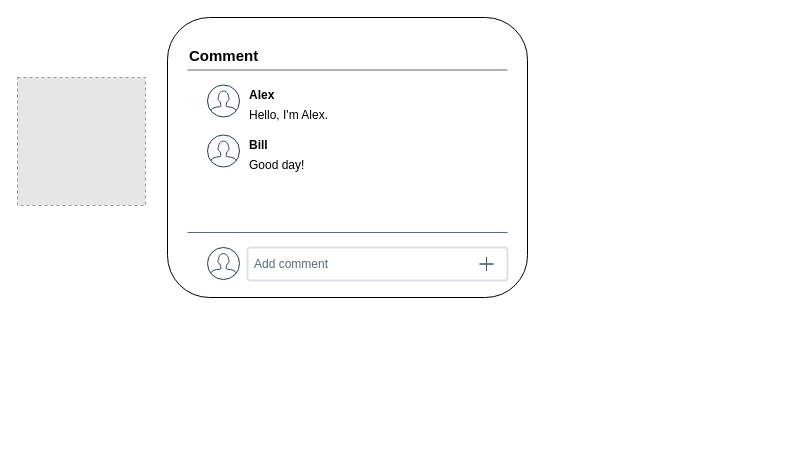
Earlier version of the draw.io diagram Tricks/innerHTMl & XSS.drawio (jeesewu/Diagrams-Storage). Source tidied: cells renumbered, new cells numbered last; positions are measured from the earlier drawing's top-left corner, leaving out a move shared by most shapes. Both pictures are drawn from the tidied source at 100%, with x=0, y=0 at pixel (17, 17). Pictures stored in the file or linked from it are replaced by grey dashed boxes.
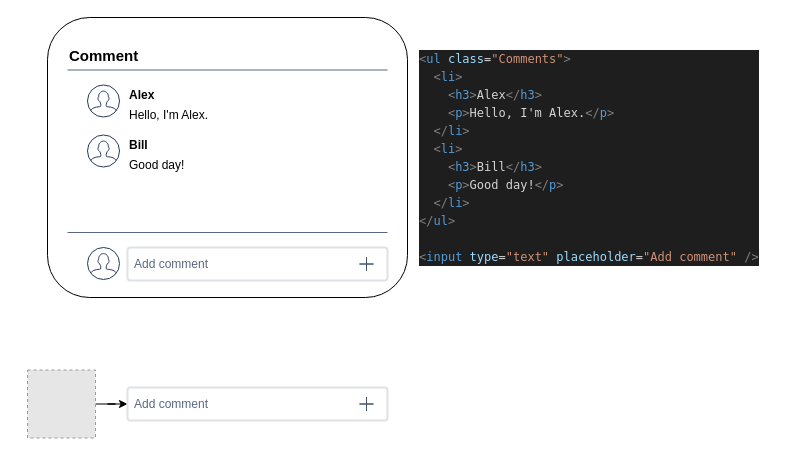
The same page after the edit.

Change to the diagram source:
```diff
@@
+    <mxCell id="17" style="edgeStyle=orthogonalEdgeStyle;rounded=0;jettySize=auto;html=1;entryX=0;entryY=0.5;entryDx=0;entryDy=0;fontSize=14;" parent="1" edge="1" source="2" target="19">
+      <mxGeometry relative="1" as="geometry" />
+    </mxCell>
     <mxCell id="2" style="fillColor=#E6E6E6;strokeColor=#999999;dashed=1;html=1;verticalAlign=top;verticalLabelPosition=bottom;labelBackgroundColor=#ffffff;" parent="1" vertex="1">
-      <mxGeometry y="60" width="128" height="128" as="geometry" />
+      <mxGeometry x="10" y="352.5" width="68" height="68" as="geometry" />
     </mxCell>
     <mxCell id="3" style="group;" parent="1" vertex="1">
-      <mxGeometry x="150" width="360" height="280" as="geometry" />
+      <mxGeometry x="30" width="360" height="280" as="geometry" />
     </mxCell>
@@
+    <mxCell id="18" value="&lt;div style=&quot;color: rgb(212 , 212 , 212) ; background-color: rgb(30 , 30 , 30) ; font-family: &amp;#34;menlo&amp;#34; , &amp;#34;monaco&amp;#34; , &amp;#34;courier new&amp;#34; , monospace ; font-size: 12px ; line-height: 18px&quot;&gt;&lt;div&gt;&lt;span style=&quot;color: #808080&quot;&gt;&amp;lt;&lt;/span&gt;&lt;span style=&quot;color: #569cd6&quot;&gt;ul&lt;/span&gt; &lt;span style=&quot;color: #9cdcfe&quot;&gt;class&lt;/span&gt;=&lt;span style=&quot;color: #ce9178&quot;&gt;&quot;Comments&quot;&lt;/span&gt;&lt;span style=&quot;color: #808080&quot;&gt;&amp;gt;&lt;/span&gt;&lt;/div&gt;&lt;div&gt;  &lt;span style=&quot;color: #808080&quot;&gt;&amp;nbsp; &amp;lt;&lt;/span&gt;&lt;span style=&quot;color: #569cd6&quot;&gt;li&lt;/span&gt;&lt;span style=&quot;color: #808080&quot;&gt;&amp;gt;&lt;/span&gt;&lt;/div&gt;&lt;div&gt;    &lt;span style=&quot;color: #808080&quot;&gt;&amp;nbsp; &amp;nbsp; &amp;lt;&lt;/span&gt;&lt;span style=&quot;color: #569cd6&quot;&gt;h3&lt;/span&gt;&lt;span style=&quot;color: #808080&quot;&gt;&amp;gt;&lt;/span&gt;Alex&lt;span style=&quot;color: #808080&quot;&gt;&amp;lt;/&lt;/span&gt;&lt;span style=&quot;color: #569cd6&quot;&gt;h3&lt;/span&gt;&lt;span style=&quot;color: #808080&quot;&gt;&amp;gt;&lt;/span&gt;&lt;/div&gt;&lt;div&gt;    &lt;span style=&quot;color: #808080&quot;&gt;&amp;nbsp; &amp;nbsp; &amp;lt;&lt;/span&gt;&lt;span style=&quot;color: #569cd6&quot;&gt;p&lt;/span&gt;&lt;span style=&quot;color: #808080&quot;&gt;&amp;gt;&lt;/span&gt;Hello, I'm Alex.&lt;span style=&quot;color: #808080&quot;&gt;&amp;lt;/&lt;/span&gt;&lt;span style=&quot;color: #569cd6&quot;&gt;p&lt;/span&gt;&lt;span style=&quot;color: #808080&quot;&gt;&amp;gt;&lt;/span&gt;&lt;/div&gt;&lt;div&gt;  &lt;span style=&quot;color: #808080&quot;&gt;&amp;nbsp; &amp;lt;/&lt;/span&gt;&lt;span style=&quot;color: #569cd6&quot;&gt;li&lt;/span&gt;&lt;span style=&quot;color: #808080&quot;&gt;&amp;gt;&lt;/span&gt;&lt;/div&gt;&lt;div&gt;  &lt;span style=&quot;color: #808080&quot;&gt;&amp;nbsp; &amp;lt;&lt;/span&gt;&lt;span style=&quot;color: #569cd6&quot;&gt;li&lt;/span&gt;&lt;span style=&quot;color: #808080&quot;&gt;&amp;gt;&lt;/span&gt;&lt;/div&gt;&lt;div&gt;    &lt;span style=&quot;color: #808080&quot;&gt;&amp;nbsp; &amp;nbsp; &amp;lt;&lt;/span&gt;&lt;span style=&quot;color: #569cd6&quot;&gt;h3&lt;/span&gt;&lt;span style=&quot;color: #808080&quot;&gt;&amp;gt;&lt;/span&gt;Bill&lt;span style=&quot;color: #808080&quot;&gt;&amp;lt;/&lt;/span&gt;&lt;span style=&quot;color: #569cd6&quot;&gt;h3&lt;/span&gt;&lt;span style=&quot;color: #808080&quot;&gt;&amp;gt;&lt;/span&gt;&lt;/div&gt;&lt;div&gt;    &lt;span style=&quot;color: #808080&quot;&gt;&amp;nbsp; &amp;nbsp; &amp;lt;&lt;/span&gt;&lt;span style=&quot;color: #569cd6&quot;&gt;p&lt;/span&gt;&lt;span style=&quot;color: #808080&quot;&gt;&amp;gt;&lt;/span&gt;Good day!&lt;span style=&quot;color: #808080&quot;&gt;&amp;lt;/&lt;/span&gt;&lt;span style=&quot;color: #569cd6&quot;&gt;p&lt;/span&gt;&lt;span style=&quot;color: #808080&quot;&gt;&amp;gt;&lt;/span&gt;&lt;/div&gt;&lt;div&gt;  &lt;span style=&quot;color: #808080&quot;&gt;&amp;nbsp; &amp;lt;/&lt;/span&gt;&lt;span style=&quot;color: #569cd6&quot;&gt;li&lt;/span&gt;&lt;span style=&quot;color: #808080&quot;&gt;&amp;gt;&lt;/span&gt;&lt;/div&gt;&lt;div&gt;&lt;span style=&quot;color: #808080&quot;&gt;&amp;lt;/&lt;/span&gt;&lt;span style=&quot;color: #569cd6&quot;&gt;ul&lt;/span&gt;&lt;span style=&quot;color: #808080&quot;&gt;&amp;gt;&lt;/span&gt;&lt;/div&gt;&lt;br&gt;&lt;div&gt;&lt;span style=&quot;color: #808080&quot;&gt;&amp;lt;&lt;/span&gt;&lt;span style=&quot;color: #569cd6&quot;&gt;input&lt;/span&gt; &lt;span style=&quot;color: #9cdcfe&quot;&gt;type&lt;/span&gt;=&lt;span style=&quot;color: #ce9178&quot;&gt;&quot;text&quot;&lt;/span&gt; &lt;span style=&quot;color: #9cdcfe&quot;&gt;placeholder&lt;/span&gt;=&lt;span style=&quot;color: #ce9178&quot;&gt;&quot;Add comment&quot;&lt;/span&gt; &lt;span style=&quot;color: #808080&quot;&gt;/&amp;gt;&lt;/span&gt;&lt;/div&gt;&lt;/div&gt;" style="text;html=1;align=left;verticalAlign=middle;fontSize=14;rounded=0;shadow=0;sketch=0;glass=0;" parent="1" vertex="1">
+      <mxGeometry x="400" y="30" width="360" height="220" as="geometry" />
+    </mxCell>
+    <mxCell id="19" value="Add comment" style="rounded=1;arcSize=9;fillColor=#ffffff;align=left;spacingLeft=5;strokeColor=#DEE1E6;html=1;strokeWidth=2;fontColor=#596780;fontSize=12;" parent="1" vertex="1">
+      <mxGeometry x="110" y="370" width="260" height="33" as="geometry" />
+    </mxCell>
+    <mxCell id="20" style="html=1;shadow=0;dashed=0;shape=mxgraph.basic.cross2;dx=0;strokeColor=#42526E;fillColor=#42526E;" parent="19" vertex="1">
+      <mxGeometry x="1" y="0.5" width="14" height="14" relative="1" as="geometry">
+        <mxPoint x="-28" y="-7" as="offset" />
+      </mxGeometry>
+    </mxCell>
```
